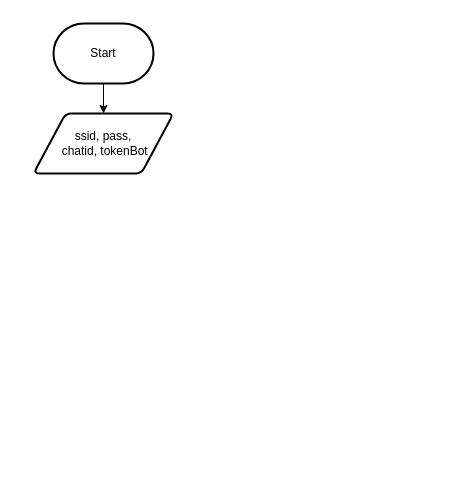
abdadc/GudangMobil keeps this draw.io diagram as Untitled Diagram.drawio. Above is the earlier version. Source tidied: cells renumbered, new cells numbered last; positions are measured from the earlier drawing's top-left corner, leaving out a move shared by most shapes. Both pictures are drawn from the tidied source at 100%, with x=0, y=0 at pixel (33, 23).
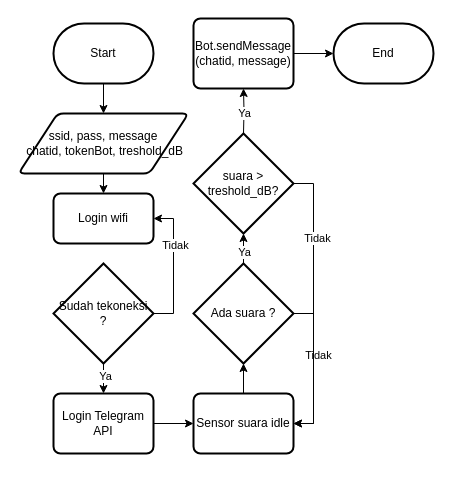
The same diagram, later.

Change to the diagram source:
```diff
@@
+    <mxCell id="5" style="edgeStyle=orthogonalEdgeStyle;rounded=0;jettySize=auto;html=1;exitX=0.5;exitY=1;exitDx=0;exitDy=0;entryX=0.5;entryY=0;entryDx=0;entryDy=0;" parent="1" edge="1" source="4" target="6">
+      <mxGeometry relative="1" as="geometry" />
+    </mxCell>
-    <mxCell id="4" value="ssid, pass,&lt;br&gt;&amp;nbsp;chatid, tokenBot" style="shape=parallelogram;html=1;strokeWidth=2;perimeter=parallelogramPerimeter;whiteSpace=wrap;rounded=1;arcSize=12;size=0.23;" parent="1" vertex="1">
-      <mxGeometry y="90" width="140" height="60" as="geometry" />
+    <mxCell id="4" value="ssid, pass, message&lt;br&gt;&amp;nbsp;chatid, tokenBot, treshold_dB" style="shape=parallelogram;html=1;strokeWidth=2;perimeter=parallelogramPerimeter;whiteSpace=wrap;rounded=1;arcSize=12;size=0.23;" parent="1" vertex="1">
+      <mxGeometry x="-15" y="90" width="170" height="60" as="geometry" />
     </mxCell>
+    <mxCell id="6" value="Login wifi" style="rounded=1;whiteSpace=wrap;html=1;absoluteArcSize=1;arcSize=14;strokeWidth=2;" parent="1" vertex="1">
+      <mxGeometry x="20" y="170" width="100" height="50" as="geometry" />
+    </mxCell>
+    <mxCell id="7" style="edgeStyle=orthogonalEdgeStyle;rounded=0;jettySize=auto;html=1;exitX=1;exitY=0.5;exitDx=0;exitDy=0;exitPerimeter=0;entryX=1;entryY=0.5;entryDx=0;entryDy=0;" parent="1" edge="1" source="11" target="6">
+      <mxGeometry relative="1" as="geometry" />
+    </mxCell>
+    <mxCell id="8" value="Tidak" style="edgeLabel;html=1;align=center;verticalAlign=middle;" parent="7" vertex="1">
+      <mxGeometry x="0.32" y="-1" relative="1" as="geometry" />
+    </mxCell>
+    <mxCell id="9" style="edgeStyle=orthogonalEdgeStyle;rounded=0;jettySize=auto;html=1;exitX=0.5;exitY=1;exitDx=0;exitDy=0;exitPerimeter=0;" parent="1" edge="1" source="11" target="13">
+      <mxGeometry relative="1" as="geometry" />
+    </mxCell>
+    <mxCell id="10" value="Ya" style="edgeLabel;html=1;align=center;verticalAlign=middle;" parent="9" vertex="1">
+      <mxGeometry x="0.28" y="1" relative="1" as="geometry" />
+    </mxCell>
+    <mxCell id="11" value="Sudah tekoneksi ?" style="strokeWidth=2;html=1;shape=mxgraph.flowchart.decision;whiteSpace=wrap;" parent="1" vertex="1">
+      <mxGeometry x="20" y="240" width="100" height="100" as="geometry" />
+    </mxCell>
+    <mxCell id="12" style="edgeStyle=orthogonalEdgeStyle;rounded=0;jettySize=auto;html=1;exitX=1;exitY=0.5;exitDx=0;exitDy=0;" parent="1" edge="1" source="13" target="15">
+      <mxGeometry relative="1" as="geometry" />
+    </mxCell>
+    <mxCell id="13" value="Login Telegram API" style="rounded=1;whiteSpace=wrap;html=1;absoluteArcSize=1;arcSize=14;strokeWidth=2;" parent="1" vertex="1">
+      <mxGeometry x="20" y="370" width="100" height="60" as="geometry" />
+    </mxCell>
+    <mxCell id="14" style="edgeStyle=orthogonalEdgeStyle;rounded=0;jettySize=auto;html=1;entryX=0.5;entryY=1;entryDx=0;entryDy=0;entryPerimeter=0;" parent="1" edge="1" source="15" target="21">
+      <mxGeometry relative="1" as="geometry" />
+    </mxCell>
+    <mxCell id="15" value="Sensor suara idle" style="rounded=1;whiteSpace=wrap;html=1;absoluteArcSize=1;arcSize=14;strokeWidth=2;" parent="1" vertex="1">
+      <mxGeometry x="160" y="370" width="100" height="60" as="geometry" />
+    </mxCell>
+    <mxCell id="16" style="edgeStyle=orthogonalEdgeStyle;rounded=0;orthogonalLoop=1;jettySize=auto;html=1;exitX=0.5;exitY=1;exitDx=0;exitDy=0;" parent="1" edge="1" source="15" target="15">
+      <mxGeometry relative="1" as="geometry" />
+    </mxCell>
+    <mxCell id="17" style="edgeStyle=orthogonalEdgeStyle;rounded=0;jettySize=auto;html=1;exitX=1;exitY=0.5;exitDx=0;exitDy=0;exitPerimeter=0;entryX=1;entryY=0.5;entryDx=0;entryDy=0;" parent="1" edge="1" source="21" target="15">
+      <mxGeometry relative="1" as="geometry" />
+    </mxCell>
+    <mxCell id="18" value="Tidak" style="edgeLabel;html=1;align=center;verticalAlign=middle;" parent="17" vertex="1">
+      <mxGeometry x="-0.19" y="4" relative="1" as="geometry" />
+    </mxCell>
+    <mxCell id="19" style="edgeStyle=orthogonalEdgeStyle;rounded=0;jettySize=auto;html=1;exitX=0.5;exitY=0;exitDx=0;exitDy=0;exitPerimeter=0;" parent="1" edge="1" source="21" target="26">
+      <mxGeometry relative="1" as="geometry" />
+    </mxCell>
+    <mxCell id="20" value="Ya" style="edgeLabel;html=1;align=center;verticalAlign=middle;" parent="19" vertex="1">
+      <mxGeometry x="0.29" relative="1" as="geometry" />
+    </mxCell>
+    <mxCell id="21" value="Ada suara ?" style="strokeWidth=2;html=1;shape=mxgraph.flowchart.decision;whiteSpace=wrap;" parent="1" vertex="1">
+      <mxGeometry x="160" y="240" width="100" height="100" as="geometry" />
+    </mxCell>
+    <mxCell id="22" style="edgeStyle=orthogonalEdgeStyle;rounded=0;jettySize=auto;html=1;entryX=1;entryY=0.5;entryDx=0;entryDy=0;" parent="1" edge="1" source="26" target="15">
+      <mxGeometry relative="1" as="geometry">
+        <Array as="points">
+          <mxPoint x="280" y="160" />
+          <mxPoint x="280" y="400" />
+        </Array>
+      </mxGeometry>
+    </mxCell>
+    <mxCell id="23" value="Tidak" style="edgeLabel;html=1;align=center;verticalAlign=middle;" parent="22" vertex="1">
+      <mxGeometry x="-0.47" y="3" relative="1" as="geometry" />
+    </mxCell>
+    <mxCell id="24" style="edgeStyle=orthogonalEdgeStyle;rounded=0;jettySize=auto;html=1;" parent="1" edge="1" target="28">
+      <mxGeometry relative="1" as="geometry">
+        <mxPoint x="210" y="110" as="sourcePoint" />
+      </mxGeometry>
+    </mxCell>
+    <mxCell id="25" value="Ya" style="edgeLabel;html=1;align=center;verticalAlign=middle;" parent="24" vertex="1">
+      <mxGeometry x="-0.7" relative="1" as="geometry">
+        <mxPoint y="-13.3" as="offset" />
+      </mxGeometry>
+    </mxCell>
+    <mxCell id="26" value="suara &amp;gt; treshold_dB?" style="strokeWidth=2;html=1;shape=mxgraph.flowchart.decision;whiteSpace=wrap;" parent="1" vertex="1">
+      <mxGeometry x="160" y="110" width="100" height="100" as="geometry" />
+    </mxCell>
+    <mxCell id="27" style="edgeStyle=orthogonalEdgeStyle;rounded=0;jettySize=auto;html=1;exitX=1;exitY=0.5;exitDx=0;exitDy=0;" parent="1" edge="1" source="28" target="29">
+      <mxGeometry relative="1" as="geometry" />
+    </mxCell>
+    <mxCell id="28" value="Bot.sendMessage (chatid, message)" style="rounded=1;whiteSpace=wrap;html=1;absoluteArcSize=1;arcSize=14;strokeWidth=2;" parent="1" vertex="1">
+      <mxGeometry x="160" y="-5" width="100" height="70" as="geometry" />
+    </mxCell>
+    <mxCell id="29" value="End" style="strokeWidth=2;html=1;shape=mxgraph.flowchart.terminator;whiteSpace=wrap;" parent="1" vertex="1">
+      <mxGeometry x="300" width="100" height="60" as="geometry" />
+    </mxCell>
```
